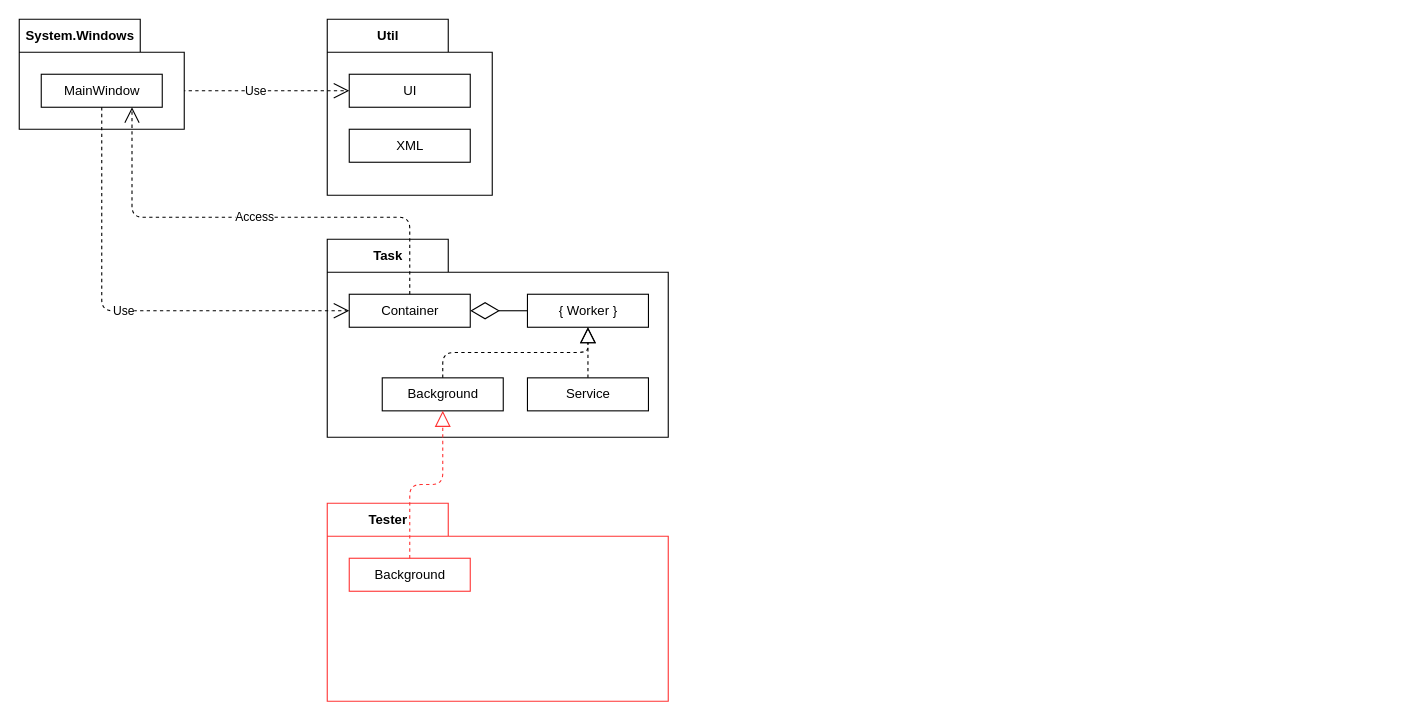
gtuja/WPF keeps this draw.io diagram as _doc/UML/PackageDiagram.drawio. Above is the earlier version. Source tidied: cells renumbered, new cells numbered last; positions are measured from the earlier drawing's top-left corner, leaving out a move shared by most shapes. Both pictures are drawn from the tidied source at 110%, with x=0, y=0 at pixel (19, 19).
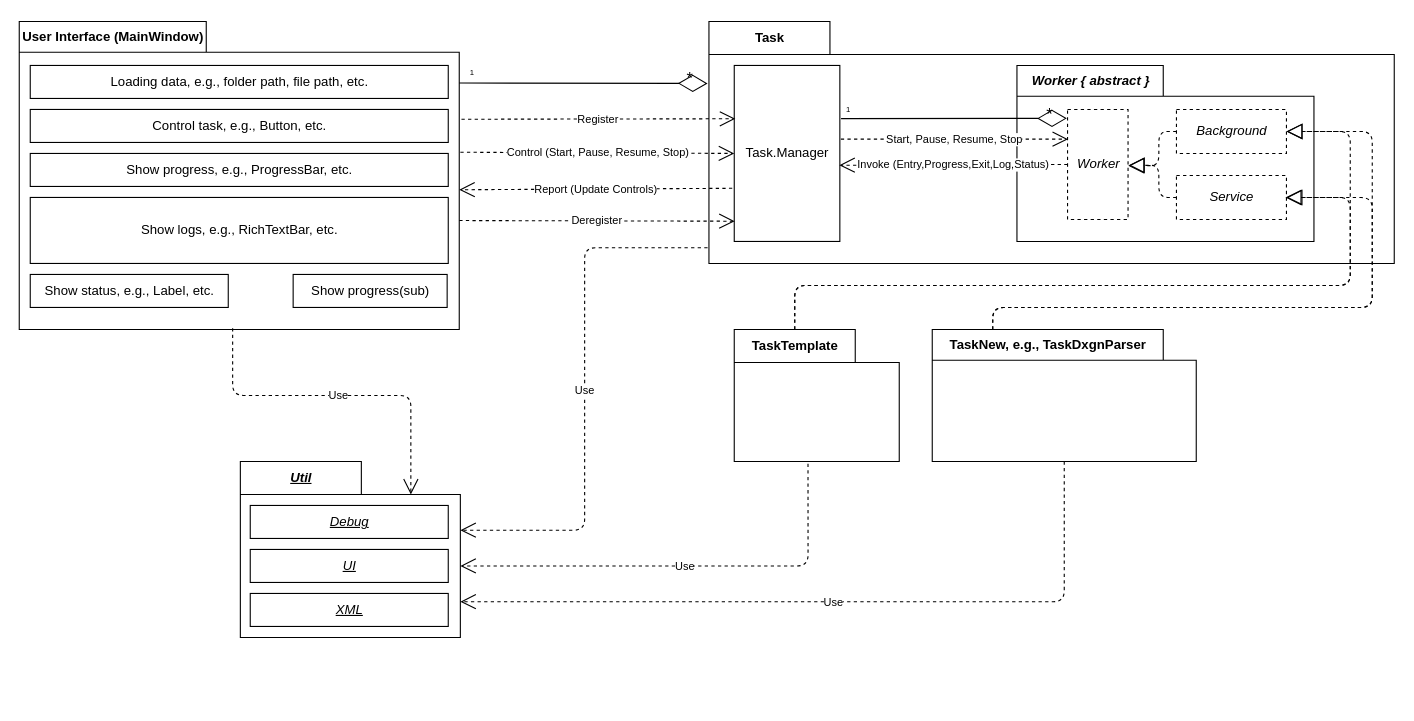
Above is the later version.

Commit message (it also covers changes not shown here):
[main] Added PackageDiagram.drawio and arranged task related files and codes.

Diff of the diagram source:
```diff
@@
+    <mxCell id="6" value="User Interface (MainWindow)" style="shape=folder;fontStyle=1;tabWidth=170;tabHeight=28;tabPosition=left;html=1;boundedLbl=1;labelInHeader=1;" parent="1" vertex="1">
+      <mxGeometry y="2" width="400" height="280" as="geometry" />
+    </mxCell>
+    <mxCell id="7" value="Loading data, e.g., folder path, file path, etc." style="html=1;" parent="6" vertex="1">
+      <mxGeometry width="380" height="30" relative="1" as="geometry">
+        <mxPoint x="10" y="40" as="offset" />
+      </mxGeometry>
+    </mxCell>
+    <mxCell id="20" value="Control task, e.g., Button, etc." style="html=1;" parent="6" vertex="1">
+      <mxGeometry x="10" y="80" width="380" height="30" as="geometry" />
+    </mxCell>
+    <mxCell id="21" value="Show progress, e.g., ProgressBar, etc." style="html=1;" parent="6" vertex="1">
+      <mxGeometry x="10" y="120" width="380" height="30" as="geometry" />
+    </mxCell>
+    <mxCell id="22" value="Show logs, e.g., RichTextBar, etc." style="html=1;" parent="6" vertex="1">
+      <mxGeometry x="10" y="160" width="380" height="60" as="geometry" />
+    </mxCell>
+    <mxCell id="23" value="Show status, e.g., Label, etc." style="html=1;" parent="6" vertex="1">
+      <mxGeometry x="10" y="230" width="180" height="30" as="geometry" />
+    </mxCell>
+    <mxCell id="24" value="Show progress(sub)" style="html=1;" parent="6" vertex="1">
+      <mxGeometry x="249" y="230" width="140" height="30" as="geometry" />
+    </mxCell>
+    <mxCell id="8" value="Task" style="shape=folder;fontStyle=1;tabWidth=110;tabHeight=30;tabPosition=left;html=1;boundedLbl=1;labelInHeader=1;" parent="1" vertex="1">
+      <mxGeometry x="627" y="2" width="623" height="220" as="geometry" />
+    </mxCell>
+    <mxCell id="25" value="Task.Manager" style="html=1;" parent="8" vertex="1">
+      <mxGeometry x="23" y="40" width="96" height="160" as="geometry" />
+    </mxCell>
+    <mxCell id="26" value="Worker { abstract }" style="shape=folder;fontStyle=3;tabWidth=133;tabHeight=28;tabPosition=left;html=1;boundedLbl=1;labelInHeader=1;" parent="8" vertex="1">
+      <mxGeometry x="280" y="40" width="270" height="160" as="geometry" />
+    </mxCell>
+    <mxCell id="27" value="Worker" style="html=1;dashed=1;fontStyle=2;" parent="26" vertex="1">
+      <mxGeometry x="46" y="40" width="55" height="100" as="geometry" />
+    </mxCell>
+    <mxCell id="28" value="Background" style="html=1;dashed=1;fontStyle=2;" parent="26" vertex="1">
+      <mxGeometry x="145" y="40" width="100" height="40" as="geometry" />
+    </mxCell>
+    <mxCell id="12" value="Service" style="html=1;dashed=1;fontStyle=2;" parent="26" vertex="1">
+      <mxGeometry x="145" y="100" width="100" height="40" as="geometry" />
+    </mxCell>
+    <mxCell id="29" style="endArrow=block;dashed=1;endFill=0;endSize=12;html=1;exitX=0;exitY=0.5;exitDx=0;exitDy=0;entryX=1.004;entryY=0.511;entryDx=0;entryDy=0;entryPerimeter=0;edgeStyle=orthogonalEdgeStyle;" parent="26" edge="1" source="28" target="27">
+      <mxGeometry relative="1" as="geometry">
+        <Array as="points">
+          <mxPoint x="129" y="60" />
+          <mxPoint x="129" y="91" />
+        </Array>
+      </mxGeometry>
+    </mxCell>
+    <mxCell id="30" style="endArrow=block;dashed=1;endFill=0;endSize=12;html=1;entryX=1.012;entryY=0.508;entryDx=0;entryDy=0;entryPerimeter=0;edgeStyle=orthogonalEdgeStyle;" parent="26" edge="1" source="12" target="27">
+      <mxGeometry relative="1" as="geometry">
+        <Array as="points">
+          <mxPoint x="129" y="120" />
+          <mxPoint x="129" y="91" />
+        </Array>
+      </mxGeometry>
+    </mxCell>
+    <mxCell id="31" style="endArrow=diamondThin;endFill=0;endSize=24;html=1;exitX=1.001;exitY=0.258;exitDx=0;exitDy=0;entryX=-0.012;entryY=0.081;entryDx=0;entryDy=0;entryPerimeter=0;exitPerimeter=0;" parent="8" edge="1" target="27">
+      <mxGeometry relative="1" as="geometry">
+        <mxPoint x="120.1" y="88.3" as="sourcePoint" />
+      </mxGeometry>
+    </mxCell>
+    <mxCell id="32" value="Start, Pause, Resume, Stop" style="endArrow=open;endSize=12;dashed=1;html=1;exitX=0.999;exitY=0.375;exitDx=0;exitDy=0;exitPerimeter=0;entryX=0.008;entryY=0.27;entryDx=0;entryDy=0;entryPerimeter=0;fontSize=10;" parent="8" edge="1" target="27">
+      <mxGeometry relative="1" as="geometry">
+        <mxPoint x="119.9" y="107" as="sourcePoint" />
+      </mxGeometry>
+    </mxCell>
+    <mxCell id="33" value="1" style="text;html=1;strokeColor=none;fillColor=none;align=center;verticalAlign=middle;whiteSpace=wrap;rounded=0;dashed=1;fontSize=7;" parent="8" vertex="1">
+      <mxGeometry x="97" y="66" width="60" height="30" as="geometry" />
+    </mxCell>
+    <mxCell id="34" value="&lt;font style=&quot;font-size: 10px;&quot;&gt;Invoke (Entry,Progress,Exit,Log,Status)&lt;/font&gt;" style="endArrow=open;endSize=12;dashed=1;html=1;fontSize=10;exitX=0;exitY=0.5;exitDx=0;exitDy=0;entryX=0.995;entryY=0.567;entryDx=0;entryDy=0;entryPerimeter=0;" parent="8" edge="1" source="27" target="25">
+      <mxGeometry relative="1" as="geometry" />
+    </mxCell>
+    <mxCell id="35" value="Register" style="endArrow=open;endSize=12;dashed=1;html=1;exitX=1.005;exitY=0.271;exitDx=0;exitDy=0;exitPerimeter=0;entryX=0.01;entryY=0.303;entryDx=0;entryDy=0;entryPerimeter=0;fontSize=10;" parent="1" edge="1" target="25">
+      <mxGeometry relative="1" as="geometry">
+        <mxPoint x="402" y="90.9" as="sourcePoint" />
+      </mxGeometry>
+    </mxCell>
+    <mxCell id="36" style="endArrow=diamondThin;endFill=0;endSize=24;html=1;exitX=1;exitY=0.143;exitDx=0;exitDy=0;exitPerimeter=0;entryX=-0.002;entryY=0.256;entryDx=0;entryDy=0;entryPerimeter=0;" parent="1" edge="1" target="8">
+      <mxGeometry relative="1" as="geometry">
+        <mxPoint x="400" y="58" as="sourcePoint" />
+      </mxGeometry>
+    </mxCell>
+    <mxCell id="37" value="Deregister" style="endArrow=open;endSize=12;dashed=1;html=1;exitX=1.005;exitY=0.271;exitDx=0;exitDy=0;exitPerimeter=0;entryX=0.004;entryY=0.885;entryDx=0;entryDy=0;entryPerimeter=0;fontSize=10;" parent="1" edge="1" target="25">
+      <mxGeometry relative="1" as="geometry">
+        <mxPoint x="400" y="183" as="sourcePoint" />
+      </mxGeometry>
+    </mxCell>
+    <mxCell id="38" value="Report (Update Controls)" style="endArrow=open;endSize=12;dashed=1;html=1;exitX=-0.019;exitY=0.698;exitDx=0;exitDy=0;exitPerimeter=0;entryX=0;entryY=0;entryDx=400;entryDy=155;entryPerimeter=0;fontSize=10;" parent="1" edge="1" source="25">
+      <mxGeometry relative="1" as="geometry">
+        <mxPoint x="400" y="155" as="targetPoint" />
+      </mxGeometry>
+    </mxCell>
+    <mxCell id="39" value="Control (Start, Pause, Resume, Stop)" style="endArrow=open;endSize=12;dashed=1;html=1;exitX=1.005;exitY=0.271;exitDx=0;exitDy=0;exitPerimeter=0;entryX=0;entryY=0.5;entryDx=0;entryDy=0;fontSize=10;" parent="1" edge="1" target="25">
+      <mxGeometry relative="1" as="geometry">
+        <mxPoint x="401" y="120.9" as="sourcePoint" />
+      </mxGeometry>
+    </mxCell>
+    <mxCell id="40" value="TaskTemplate" style="shape=folder;fontStyle=1;tabWidth=110;tabHeight=30;tabPosition=left;html=1;boundedLbl=1;labelInHeader=1;" parent="1" vertex="1">
+      <mxGeometry x="650" y="282" width="150" height="120" as="geometry" />
+    </mxCell>
+    <mxCell id="41" value="TaskNew, e.g., TaskDxgnParser" style="shape=folder;fontStyle=1;tabWidth=210;tabHeight=28;tabPosition=left;html=1;boundedLbl=1;labelInHeader=1;" parent="1" vertex="1">
+      <mxGeometry x="830" y="282" width="240" height="120" as="geometry" />
+    </mxCell>
+    <mxCell id="42" style="endArrow=block;dashed=1;endFill=0;endSize=12;html=1;exitX=0;exitY=0;exitDx=55;exitDy=0;exitPerimeter=0;entryX=1;entryY=0.5;entryDx=0;entryDy=0;edgeStyle=orthogonalEdgeStyle;" parent="1" edge="1" source="40" target="28">
+      <mxGeometry relative="1" as="geometry">
+        <Array as="points">
+          <mxPoint x="705" y="242" />
+          <mxPoint x="1210" y="242" />
+          <mxPoint x="1210" y="102" />
+        </Array>
+      </mxGeometry>
+    </mxCell>
+    <mxCell id="43" style="endArrow=block;dashed=1;endFill=0;endSize=12;html=1;entryX=1;entryY=0.5;entryDx=0;entryDy=0;exitX=0;exitY=0;exitDx=55;exitDy=0;exitPerimeter=0;edgeStyle=orthogonalEdgeStyle;" parent="1" edge="1" source="40" target="12">
+      <mxGeometry relative="1" as="geometry">
+        <Array as="points">
+          <mxPoint x="705" y="242" />
+          <mxPoint x="1210" y="242" />
+          <mxPoint x="1210" y="162" />
+        </Array>
+      </mxGeometry>
+    </mxCell>
+    <mxCell id="44" style="endArrow=block;dashed=1;endFill=0;endSize=12;html=1;entryX=1;entryY=0.5;entryDx=0;entryDy=0;exitX=0;exitY=0;exitDx=55;exitDy=0;exitPerimeter=0;edgeStyle=orthogonalEdgeStyle;" parent="1" edge="1" source="41" target="28">
+      <mxGeometry relative="1" as="geometry">
+        <Array as="points">
+          <mxPoint x="885" y="262" />
+          <mxPoint x="1230" y="262" />
+          <mxPoint x="1230" y="102" />
+        </Array>
+      </mxGeometry>
+    </mxCell>
+    <mxCell id="45" style="endArrow=block;dashed=1;endFill=0;endSize=12;html=1;exitX=0;exitY=0;exitDx=55;exitDy=0;exitPerimeter=0;entryX=0.991;entryY=0.502;entryDx=0;entryDy=0;entryPerimeter=0;edgeStyle=orthogonalEdgeStyle;" parent="1" edge="1" source="41" target="12">
+      <mxGeometry relative="1" as="geometry">
+        <Array as="points">
+          <mxPoint x="885" y="262" />
+          <mxPoint x="1230" y="262" />
+          <mxPoint x="1230" y="162" />
+        </Array>
+      </mxGeometry>
+    </mxCell>
-    <mxCell id="2" value="Util" style="shape=folder;fontStyle=1;tabWidth=110;tabHeight=30;tabPosition=left;html=1;boundedLbl=1;labelInHeader=1;" parent="1" vertex="1">
-      <mxGeometry x="280" width="150" height="160" as="geometry" />
+    <mxCell id="2" value="Util" style="shape=folder;fontStyle=7;tabWidth=110;tabHeight=30;tabPosition=left;html=1;boundedLbl=1;labelInHeader=1;" parent="1" vertex="1">
+      <mxGeometry x="201" y="402" width="200" height="160" as="geometry" />
     </mxCell>
+    <mxCell id="46" value="Debug" style="html=1;fontStyle=6;" parent="2" vertex="1">
+      <mxGeometry x="9" y="40" width="180" height="30" as="geometry" />
+    </mxCell>
-    <mxCell id="3" value="UI" style="html=1;" parent="2" vertex="1">
-      <mxGeometry width="110" height="30" relative="1" as="geometry">
-        <mxPoint x="20" y="50" as="offset" />
-      </mxGeometry>
+    <mxCell id="3" value="UI" style="html=1;fontStyle=6;" parent="2" vertex="1">
+      <mxGeometry x="9" y="80" width="180" height="30" as="geometry" />
     </mxCell>
-    <mxCell id="4" value="XML" style="html=1;" parent="2" vertex="1">
-      <mxGeometry x="20" y="100" width="110" height="30" as="geometry" />
+    <mxCell id="4" value="XML" style="html=1;fontStyle=6;" parent="2" vertex="1">
+      <mxGeometry x="9" y="120" width="180" height="30" as="geometry" />
     </mxCell>
-    <mxCell id="5" value="Use" style="endArrow=open;endSize=12;dashed=1;html=1;exitX=1;exitY=0.5;exitDx=0;exitDy=0;entryX=0;entryY=0.5;entryDx=0;entryDy=0;" parent="1" edge="1" source="7" target="3">
-      <mxGeometry relative="1" as="geometry" />
-    </mxCell>
-    <mxCell id="6" value="System.Windows" style="shape=folder;fontStyle=1;tabWidth=110;tabHeight=30;tabPosition=left;html=1;boundedLbl=1;labelInHeader=1;" parent="1" vertex="1">
-      <mxGeometry width="150" height="100" as="geometry" />
-    </mxCell>
-    <mxCell id="7" value="MainWindow" style="html=1;" parent="6" vertex="1">
-      <mxGeometry width="110" height="30" relative="1" as="geometry">
-        <mxPoint x="20" y="50" as="offset" />
-      </mxGeometry>
-    </mxCell>
-    <mxCell id="8" value="Task" style="shape=folder;fontStyle=1;tabWidth=110;tabHeight=30;tabPosition=left;html=1;boundedLbl=1;labelInHeader=1;" parent="1" vertex="1">
-      <mxGeometry x="280" y="200" width="310" height="180" as="geometry" />
-    </mxCell>
-    <mxCell id="9" value="Container" style="html=1;" parent="8" vertex="1">
-      <mxGeometry width="110" height="30" relative="1" as="geometry">
-        <mxPoint x="20" y="50" as="offset" />
-      </mxGeometry>
-    </mxCell>
-    <mxCell id="10" value="{ Worker }" style="html=1;" parent="8" vertex="1">
-      <mxGeometry x="182" y="50" width="110" height="30" as="geometry" />
-    </mxCell>
-    <mxCell id="11" style="endArrow=diamondThin;endFill=0;endSize=24;html=1;entryX=1;entryY=0.5;entryDx=0;entryDy=0;exitX=0;exitY=0.5;exitDx=0;exitDy=0;" parent="8" edge="1" source="10" target="9">
-      <mxGeometry relative="1" as="geometry" />
-    </mxCell>
-    <mxCell id="12" value="Service" style="html=1;" parent="8" vertex="1">
-      <mxGeometry x="182" y="126" width="110" height="30" as="geometry" />
-    </mxCell>
-    <mxCell id="13" value="Background" style="html=1;" parent="8" vertex="1">
-      <mxGeometry x="50" y="126" width="110" height="30" as="geometry" />
-    </mxCell>
-    <mxCell id="14" style="endArrow=block;dashed=1;endFill=0;endSize=12;html=1;exitX=0.5;exitY=0;exitDx=0;exitDy=0;entryX=0.5;entryY=1;entryDx=0;entryDy=0;edgeStyle=orthogonalEdgeStyle;" parent="8" edge="1" source="13" target="10">
-      <mxGeometry relative="1" as="geometry" />
-    </mxCell>
-    <mxCell id="15" style="endArrow=block;dashed=1;endFill=0;endSize=12;html=1;entryX=0.5;entryY=1;entryDx=0;entryDy=0;" parent="8" edge="1" source="12" target="10">
-      <mxGeometry relative="1" as="geometry" />
-    </mxCell>
-    <mxCell id="16" value="Use" style="endArrow=open;endSize=12;dashed=1;html=1;exitX=0.5;exitY=1;exitDx=0;exitDy=0;entryX=0;entryY=0.5;entryDx=0;entryDy=0;edgeStyle=orthogonalEdgeStyle;" parent="1" edge="1" source="7" target="9">
-      <mxGeometry relative="1" as="geometry" />
-    </mxCell>
-    <mxCell id="17" value="Access" style="endArrow=open;endSize=12;dashed=1;html=1;entryX=0.75;entryY=1;entryDx=0;entryDy=0;exitX=0.5;exitY=0;exitDx=0;exitDy=0;edgeStyle=orthogonalEdgeStyle;" parent="1" edge="1" source="9" target="7">
-      <mxGeometry relative="1" as="geometry">
-        <Array as="points">
-          <mxPoint x="355" y="180" />
-          <mxPoint x="103" y="180" />
-        </Array>
-      </mxGeometry>
-    </mxCell>
-    <mxCell id="18" value="Tester" style="shape=folder;fontStyle=1;tabWidth=110;tabHeight=30;tabPosition=left;html=1;boundedLbl=1;labelInHeader=1;strokeColor=#FF3333;" parent="1" vertex="1">
-      <mxGeometry x="280" y="440" width="310" height="180" as="geometry" />
-    </mxCell>
-    <mxCell id="19" value="Background" style="html=1;strokeColor=#FF3333;" parent="18" vertex="1">
-      <mxGeometry width="110" height="30" relative="1" as="geometry">
-        <mxPoint x="20" y="50" as="offset" />
-      </mxGeometry>
-    </mxCell>
-    <mxCell id="20" style="endArrow=block;dashed=1;endFill=0;endSize=12;html=1;exitX=0.5;exitY=0;exitDx=0;exitDy=0;entryX=0.5;entryY=1;entryDx=0;entryDy=0;edgeStyle=orthogonalEdgeStyle;strokeColor=#FF3333;" parent="1" edge="1" source="19" target="13">
-      <mxGeometry relative="1" as="geometry" />
-    </mxCell>
+    <mxCell id="47" value="*" style="text;html=1;strokeColor=none;fillColor=none;align=center;verticalAlign=middle;whiteSpace=wrap;rounded=0;dashed=1;fontSize=15;" parent="1" vertex="1">
+      <mxGeometry x="907" y="71" width="60" height="30" as="geometry" />
+    </mxCell>
+    <mxCell id="48" value="1" style="text;html=1;strokeColor=none;fillColor=none;align=center;verticalAlign=middle;whiteSpace=wrap;rounded=0;dashed=1;fontSize=7;" parent="1" vertex="1">
+      <mxGeometry x="382" y="34" width="60" height="30" as="geometry" />
+    </mxCell>
+    <mxCell id="49" value="*" style="text;html=1;strokeColor=none;fillColor=none;align=center;verticalAlign=middle;whiteSpace=wrap;rounded=0;dashed=1;fontSize=15;" parent="1" vertex="1">
+      <mxGeometry x="580" y="38" width="60" height="30" as="geometry" />
+    </mxCell>
+    <mxCell id="50" value="Use" style="endArrow=open;endSize=12;dashed=1;html=1;fontSize=10;exitX=0.485;exitY=0.996;exitDx=0;exitDy=0;exitPerimeter=0;entryX=0;entryY=0;entryDx=155;entryDy=30;entryPerimeter=0;edgeStyle=orthogonalEdgeStyle;" parent="1" edge="1" source="6" target="2">
+      <mxGeometry relative="1" as="geometry" />
+    </mxCell>
+    <mxCell id="51" value="Use" style="endArrow=open;endSize=12;dashed=1;html=1;fontSize=10;exitX=-0.002;exitY=0.935;exitDx=0;exitDy=0;exitPerimeter=0;entryX=0;entryY=0;entryDx=200;entryDy=62.5;entryPerimeter=0;edgeStyle=orthogonalEdgeStyle;" parent="1" edge="1" source="8" target="2">
+      <mxGeometry relative="1" as="geometry" />
+    </mxCell>
+    <mxCell id="52" value="Use" style="endArrow=open;endSize=12;dashed=1;html=1;fontSize=10;exitX=0.447;exitY=1.017;exitDx=0;exitDy=0;exitPerimeter=0;edgeStyle=orthogonalEdgeStyle;entryX=0;entryY=0;entryDx=200;entryDy=95;entryPerimeter=0;" parent="1" edge="1" source="40" target="2">
+      <mxGeometry relative="1" as="geometry">
+        <Array as="points">
+          <mxPoint x="717" y="497" />
+        </Array>
+      </mxGeometry>
+    </mxCell>
+    <mxCell id="53" value="Use" style="endArrow=open;endSize=12;dashed=1;html=1;fontSize=10;exitX=0.5;exitY=1;exitDx=0;exitDy=0;exitPerimeter=0;entryX=0;entryY=0;entryDx=200;entryDy=127.5;entryPerimeter=0;edgeStyle=orthogonalEdgeStyle;" parent="1" edge="1" source="41" target="2">
+      <mxGeometry relative="1" as="geometry" />
+    </mxCell>
```
